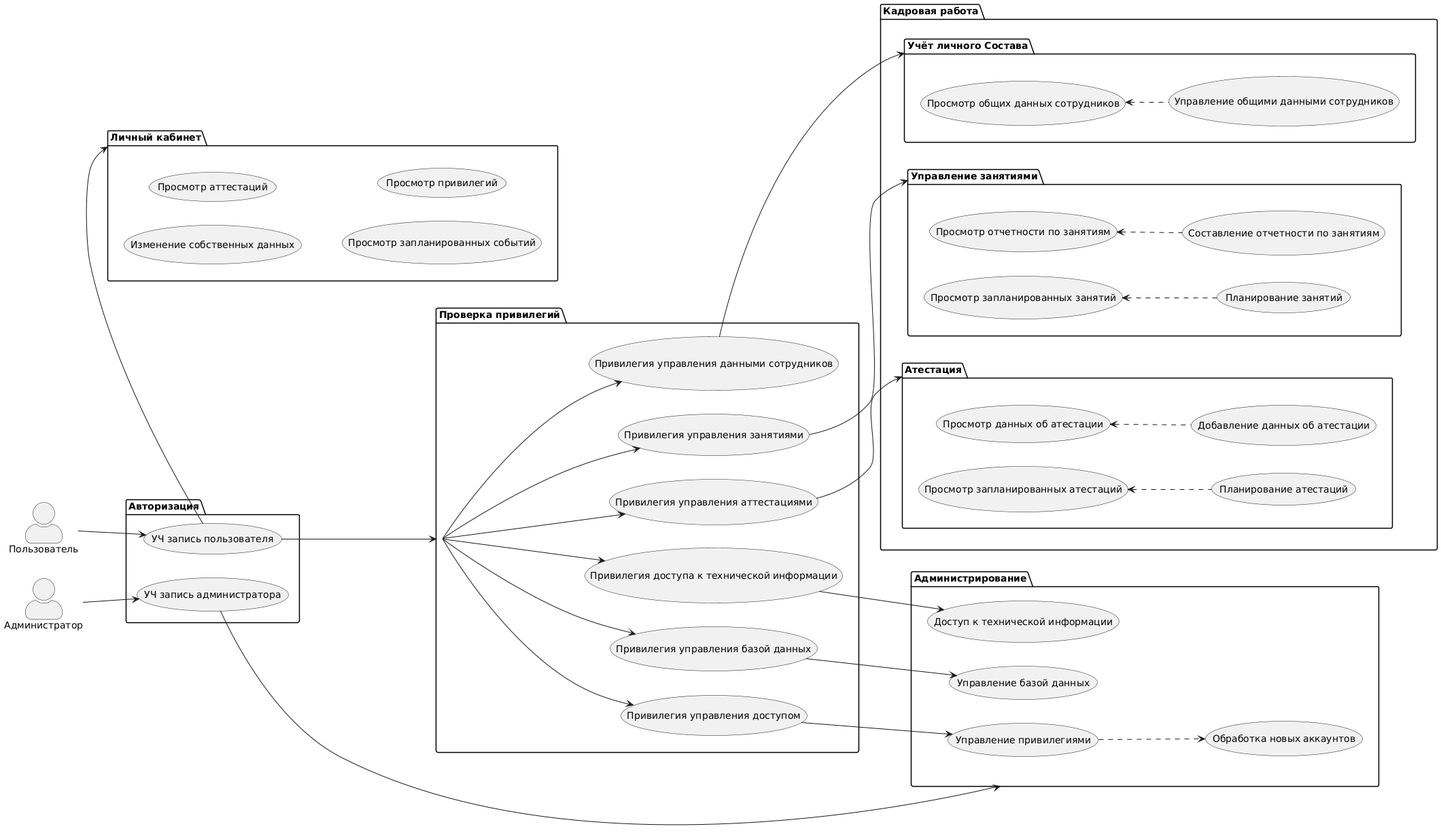
Before: docs/imgs/uml_diag_light.png, a diagram exported from PlantUML (SemionPetrov/ProjectMCHS).
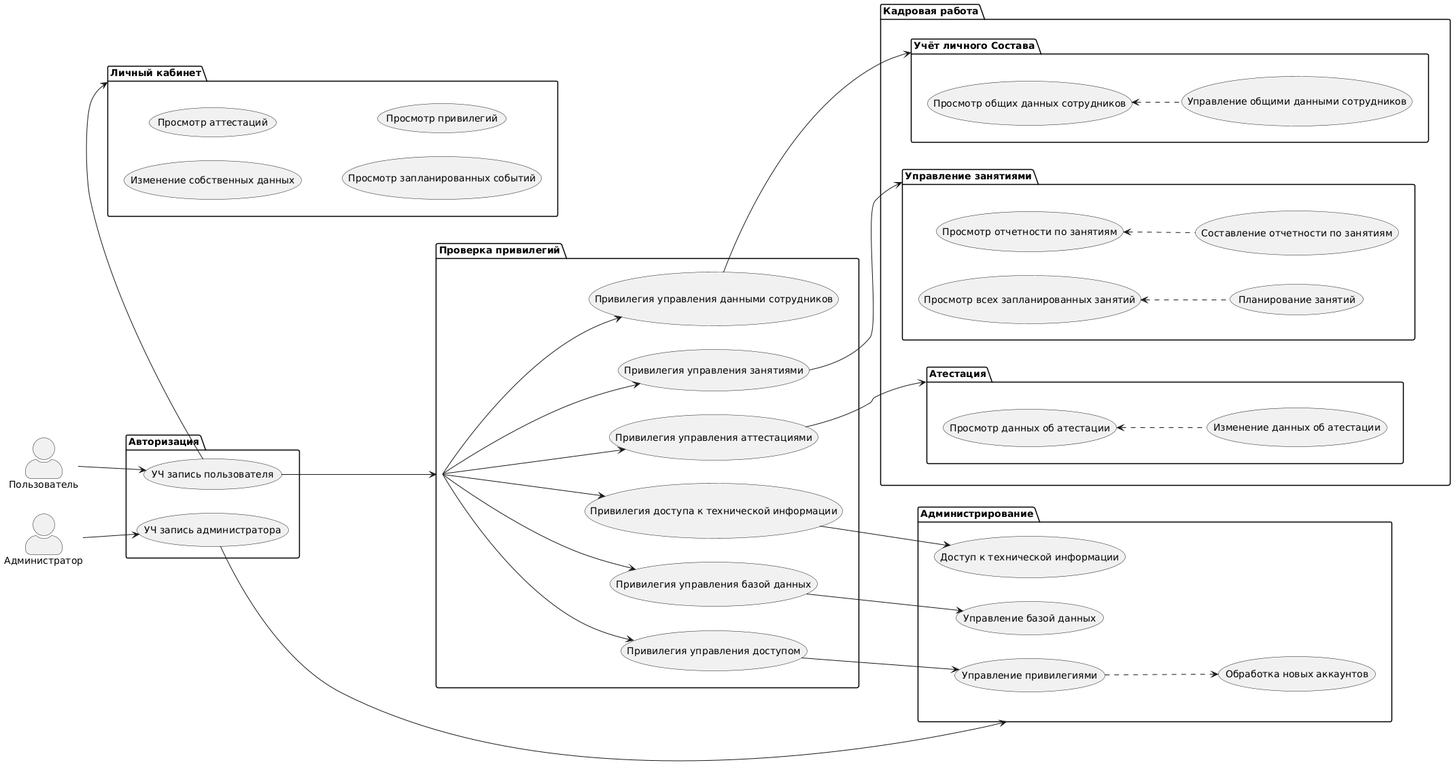
Above is the later version.

Change to the diagram source:
```diff
@@ -12,15 +12,12 @@
 
 package "Кадровая работа" {
     package "Атестация" as certification {
-        usecase "Просмотр запланированных атестаций" as read_planned_sessions
-        usecase "Планирование атестаций" as planning_sessions
-
         usecase "Просмотр данных об атестации" as read_attestation_report
-        usecase "Добавление данных об атестации" as attestation_report_management
+        usecase "Изменение данных об атестации" as attestation_report_management
     }
 
     package "Управление занятиями" as exercise{
-        usecase "Просмотр запланированных занятий" as read_exercises
+        usecase "Просмотр всех запланированных занятий" as read_exercises
         usecase "Планирование занятий" as exercise_planning
 
         usecase "Просмотр отчетности по занятиям" as read_exercise_report
@@ -83,7 +80,6 @@
 db_control_priv --> db_control
 backend_info_priv --> backend_info
 
-read_planned_sessions <.. planning_sessions <<extend>>
 read_attestation_report <.. attestation_report_management <<extend>>
 
 read_exercises <.. exercise_planning <<extend>>
```
